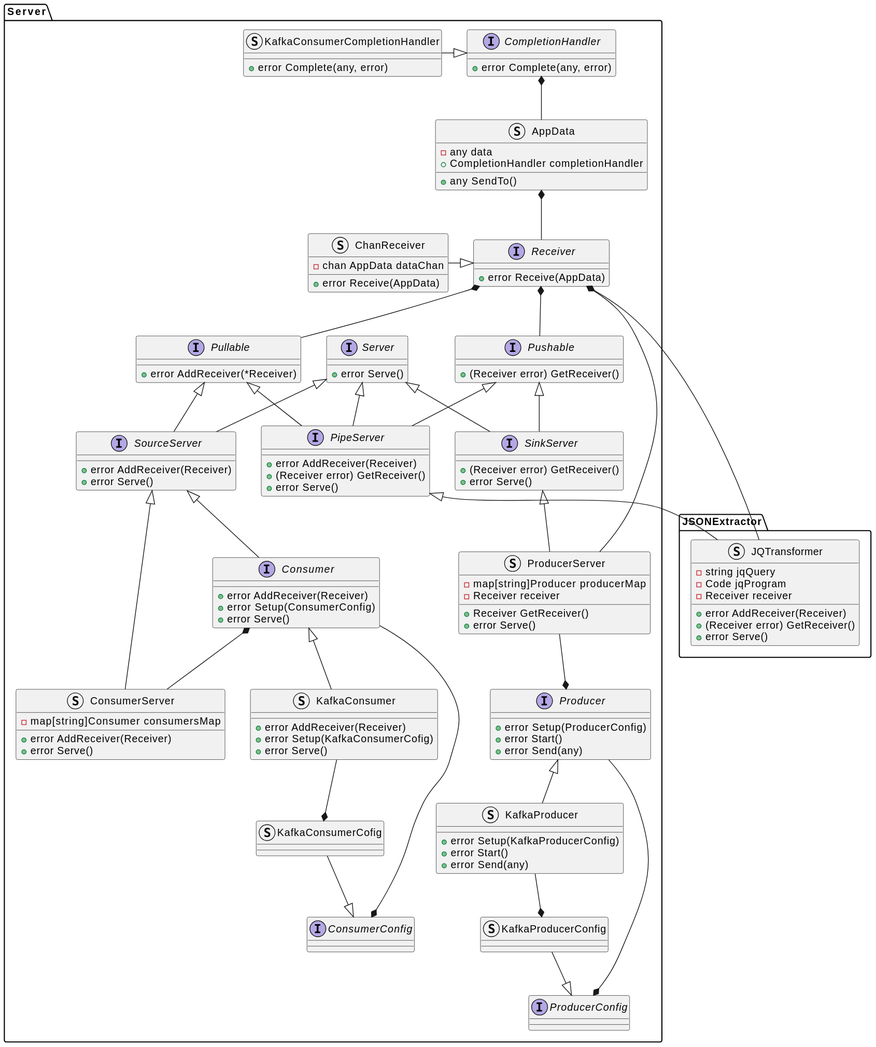
Above: docs/design_notes/DN1_JSON_Extractor/class_diagram.svg in xtuml/otel2pv (PlantUML), before the change.
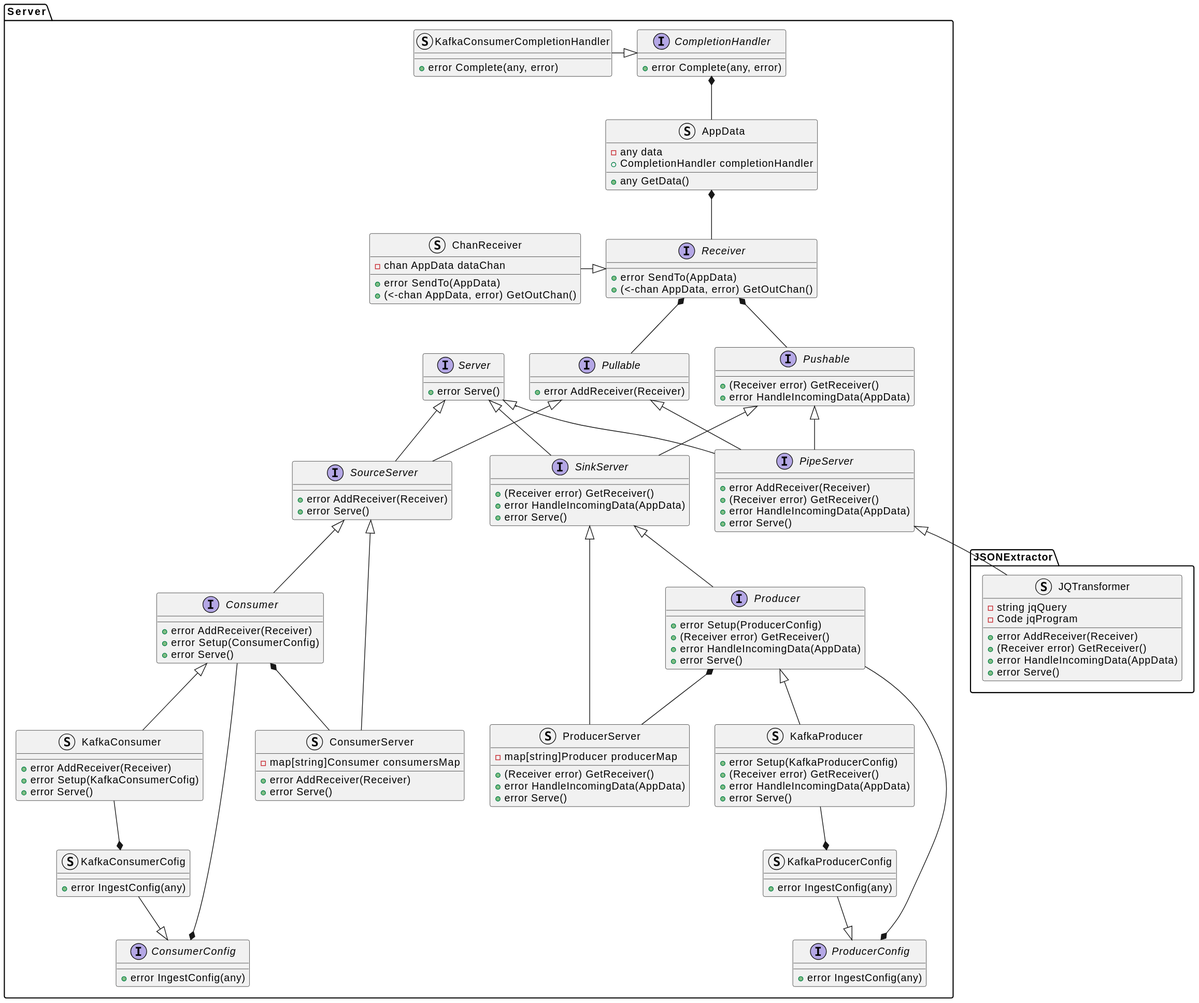
After the commit.

Commit message:
Cdsopv 47 update interfaces in class diagram (#16)

* CDSOPV-47 Update class diagrams

* CDSOPV-47 update class diagram

Change to the diagram source:
```diff
@@ -3,9 +3,9 @@
     struct JQTransformer {
         -string jqQuery
         -Code jqProgram
-        -Receiver receiver
         +error AddReceiver(Receiver)
         +(Receiver error) GetReceiver()
+        +error HandleIncomingData(AppData)
         +error Serve()
     }
 }
@@ -19,23 +19,26 @@
     struct AppData {
         -any data
         +CompletionHandler completionHandler
-        +any SendTo()
+        +any GetData()
     }
     interface Receiver {
-        +error Receive(AppData)
+        +error SendTo(AppData)
+        +(<-chan AppData, error) GetOutChan()
     }
     struct ChanReceiver {
         -chan AppData dataChan
-        +error Receive(AppData)
+        +error SendTo(AppData)
+        +(<-chan AppData, error) GetOutChan()
     }
     interface Server {
         +error Serve()
     }
     interface Pullable {
-        +error AddReceiver(*Receiver)
+        +error AddReceiver(Receiver)
     }
     interface Pushable {
         +(Receiver error) GetReceiver()
+        +error HandleIncomingData(AppData)
     }
     interface SourceServer {
         +error AddReceiver(Receiver)
@@ -43,17 +46,20 @@
     }
     interface SinkServer {
         +(Receiver error) GetReceiver()
+        +error HandleIncomingData(AppData)
         +error Serve()
     }
     interface PipeServer {
         +error AddReceiver(Receiver)
         +(Receiver error) GetReceiver()
+        +error HandleIncomingData(AppData)
         +error Serve()
     }
     interface Producer {
         +error Setup(ProducerConfig)
-        +error Start()
-        +error Send(any)
+        +(Receiver error) GetReceiver()
+        +error HandleIncomingData(AppData)
+        +error Serve()
     }
     interface Consumer {
         +error AddReceiver(Receiver)
@@ -67,13 +73,14 @@
     }
     struct KafkaProducer {
         +error Setup(KafkaProducerConfig)
-        +error Start()
-        +error Send(any)
+        +(Receiver error) GetReceiver()
+        +error HandleIncomingData(AppData)
+        +error Serve()
     }
     struct ProducerServer {
         -map[string]Producer producerMap
-        -Receiver receiver
-        +Receiver GetReceiver()
+        +(Receiver error) GetReceiver()
+        +error HandleIncomingData(AppData)
         +error Serve()
     }
     struct ConsumerServer {
@@ -81,10 +88,18 @@
         +error AddReceiver(Receiver)
         +error Serve()
     }
-    struct KafkaConsumerCofig
-    struct KafkaProducerConfig
-    interface ProducerConfig
-    interface ConsumerConfig
+    struct KafkaConsumerCofig {
+        +error IngestConfig(any)
+    }
+    struct KafkaProducerConfig {
+        +error IngestConfig(any)
+    }
+    interface ProducerConfig {
+        +error IngestConfig(any)
+    }
+    interface ConsumerConfig {
+        +error IngestConfig(any)
+    }
 }
 Server.CompletionHandler *-- Server.AppData
 Server.CompletionHandler <|-left- Server.KafkaConsumerCompletionHandler
@@ -100,12 +115,12 @@
 Server.Pullable <|-- Server.PipeServer
 Server.Server <|-- Server.PipeServer
 
+Server.SinkServer <|-down- Server.Producer
 Server.Producer <|-- Server.KafkaProducer
 Server.Consumer <|-- Server.KafkaConsumer
-Server.Producer *-up- Server.ProducerServer
-Server.SinkServer <|-- Server.ProducerServer
-Server.Receiver *-- Server.ProducerServer
-Server.SourceServer <|-left- Server.ConsumerServer
+Server.Producer *-- Server.ProducerServer
+Server.SinkServer <|-left- Server.ProducerServer
+Server.SourceServer <|-- Server.ConsumerServer
 Server.Consumer *-- Server.ConsumerServer
 Server.SourceServer <|-down- Server.Consumer
 
@@ -113,7 +128,6 @@
 Server.KafkaProducerConfig *-up- Server.KafkaProducer
 
 Server.PipeServer <|-- JSONExtractor.JQTransformer
-Server.Receiver *-- JSONExtractor.JQTransformer
 
 Server.ProducerConfig <|-up- Server.KafkaProducerConfig
 Server.ConsumerConfig <|-up- Server.KafkaConsumerCofig
```
